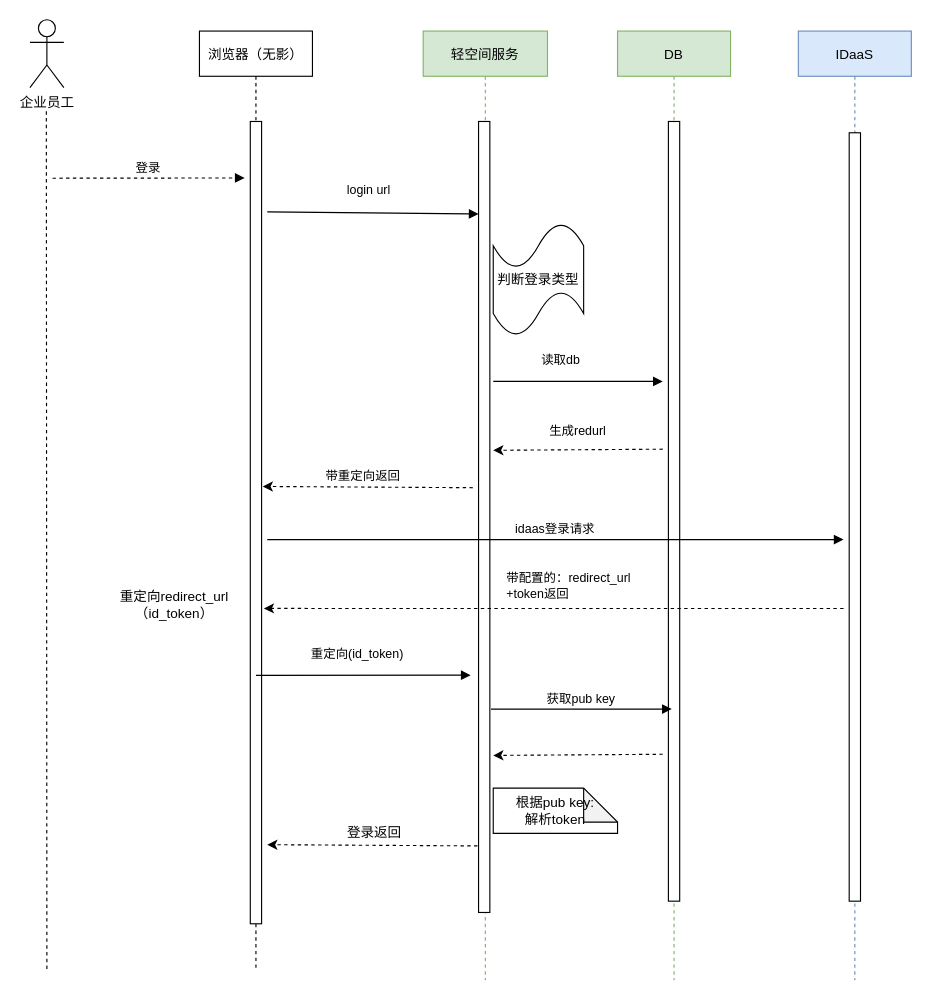
This is idaas_flow_login.drawio from chenkangzeng/appstreaming, a draw.io file, before an edit. Source tidied: cells renumbered, new cells numbered last; positions are measured from the earlier drawing's top-left corner, leaving out a move shared by most shapes. Both pictures are drawn from the tidied source at 113%, with x=0, y=0 at pixel (29, 19).
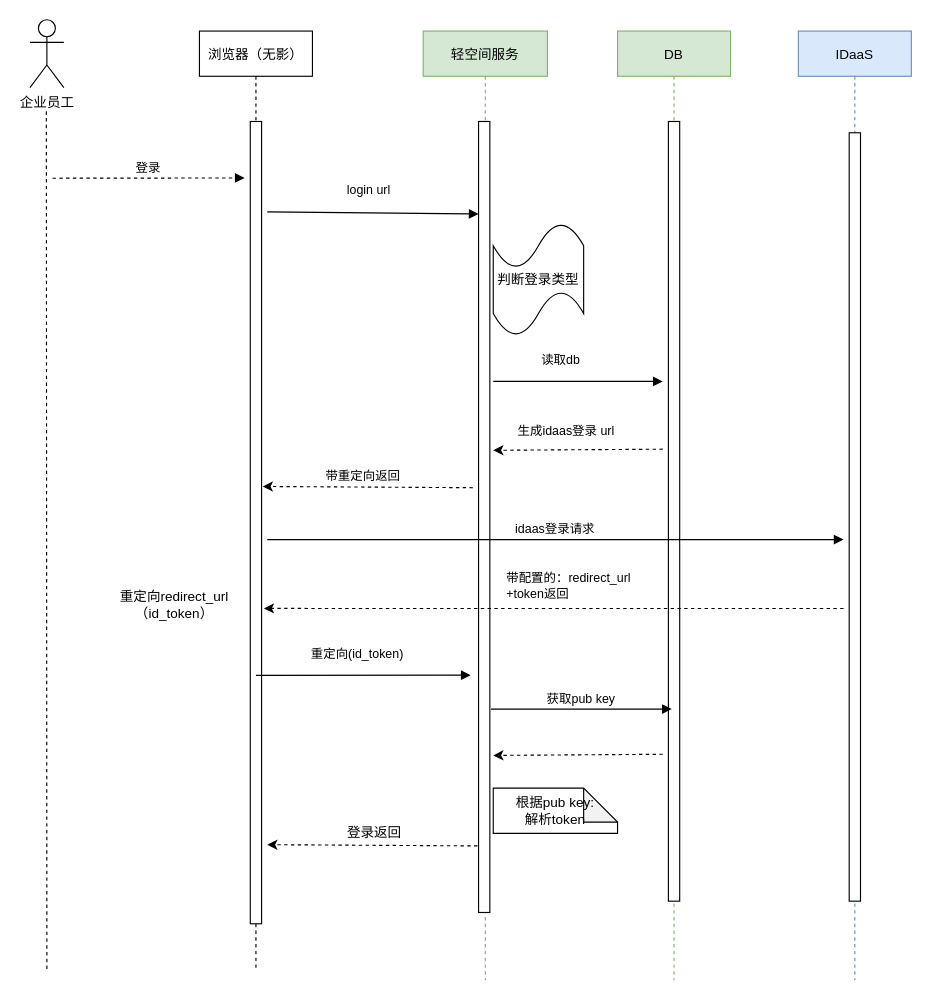
The same page after the edit.

Change to the diagram source:
```diff
@@
-    <mxCell id="24" value="&lt;span style=&quot;color: rgb(0 , 0 , 0) ; font-family: &amp;#34;helvetica&amp;#34; ; font-size: 11px ; font-style: normal ; font-weight: 400 ; letter-spacing: normal ; text-align: center ; text-indent: 0px ; text-transform: none ; word-spacing: 0px ; background-color: rgb(255 , 255 , 255) ; display: inline ; float: none&quot;&gt;生成redurl&lt;/span&gt;" style="text;whiteSpace=wrap;html=1;" parent="1" vertex="1">
-      <mxGeometry x="458" y="350" width="60" height="30" as="geometry" />
+    <mxCell id="24" value="&lt;span style=&quot;color: rgb(0 , 0 , 0) ; font-family: &amp;#34;helvetica&amp;#34; ; font-size: 11px ; font-style: normal ; font-weight: 400 ; letter-spacing: normal ; text-align: center ; text-indent: 0px ; text-transform: none ; word-spacing: 0px ; background-color: rgb(255 , 255 , 255) ; display: inline ; float: none&quot;&gt;生成idaas登录 url&lt;/span&gt;" style="text;whiteSpace=wrap;html=1;" parent="1" vertex="1">
+      <mxGeometry x="430" y="350" width="130" height="30" as="geometry" />
     </mxCell>
```
